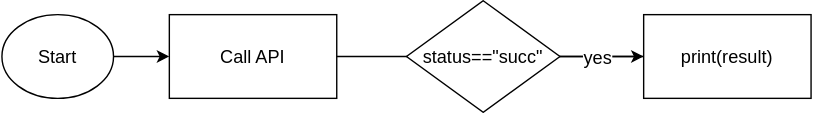
Before: docs/getting-started/assets/call_api.svg, a diagram exported from draw.io (rill-flow/rill-flow.github.io). Source tidied: cells renumbered, new cells last; positions are measured from the earlier drawing's top-left corner, leaving out a move shared by most shapes. Source of this version:
```xml
<mxGraphModel>
  <root>
    <mxCell id="0" />
    <mxCell id="1" parent="0" />
    <mxCell id="2" style="edgeStyle=orthogonalEdgeStyle;rounded=0;jettySize=auto;html=1;exitX=1;exitY=0.5;exitDx=0;exitDy=0;fontSize=13;" parent="1" edge="1" source="3" target="4">
      <mxGeometry relative="1" as="geometry" />
    </mxCell>
    <mxCell id="3" value="Start" style="ellipse;whiteSpace=wrap;html=1;fontSize=13;" parent="1" vertex="1">
      <mxGeometry y="10" width="80" height="60" as="geometry" />
    </mxCell>
    <mxCell id="4" value="Call API" style="rounded=0;whiteSpace=wrap;html=1;fontSize=13;" parent="1" vertex="1">
      <mxGeometry x="120" y="10" width="120" height="60" as="geometry" />
    </mxCell>
    <mxCell id="5" style="edgeStyle=orthogonalEdgeStyle;rounded=0;jettySize=auto;html=1;exitX=1;exitY=0.5;exitDx=0;exitDy=0;entryX=0;entryY=0.5;entryDx=0;entryDy=0;fontSize=13;" parent="1" edge="1" source="4">
      <mxGeometry relative="1" as="geometry">
        <mxPoint x="480" y="40" as="targetPoint" />
      </mxGeometry>
    </mxCell>
    <mxCell id="6" style="edgeStyle=orthogonalEdgeStyle;rounded=0;jettySize=auto;html=1;exitX=1;exitY=0.5;exitDx=0;exitDy=0;entryX=0;entryY=0.5;entryDx=0;entryDy=0;fontSize=13;" parent="1" edge="1" source="8" target="9">
      <mxGeometry relative="1" as="geometry" />
    </mxCell>
    <mxCell id="7" value="yes" style="edgeLabel;html=1;align=center;verticalAlign=middle;fontSize=13;" parent="6" vertex="1">
      <mxGeometry x="-0.4" y="-3" relative="1" as="geometry">
        <mxPoint x="8" y="-3" as="offset" />
      </mxGeometry>
    </mxCell>
    <mxCell id="8" value="status==&quot;succ&quot;" style="rhombus;whiteSpace=wrap;html=1;fontSize=13;" parent="1" vertex="1">
      <mxGeometry x="290" width="110" height="80" as="geometry" />
    </mxCell>
    <mxCell id="9" value="print(result)" style="rounded=0;whiteSpace=wrap;html=1;fontSize=13;" parent="1" vertex="1">
      <mxGeometry x="460" y="10" width="120" height="60" as="geometry" />
    </mxCell>
  </root>
</mxGraphModel>
```
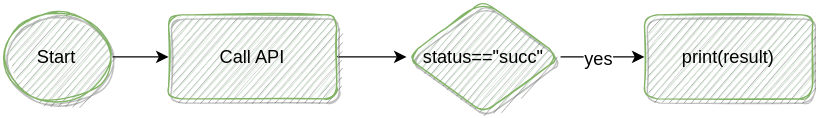
Later version of the same file.

Change to the diagram source:
```diff
@@ -5,17 +5,15 @@
     <mxCell id="2" style="edgeStyle=orthogonalEdgeStyle;rounded=0;jettySize=auto;html=1;exitX=1;exitY=0.5;exitDx=0;exitDy=0;fontSize=13;" parent="1" edge="1" source="3" target="4">
       <mxGeometry relative="1" as="geometry" />
     </mxCell>
-    <mxCell id="3" value="Start" style="ellipse;whiteSpace=wrap;html=1;fontSize=13;" parent="1" vertex="1">
+    <mxCell id="3" value="Start" style="ellipse;whiteSpace=wrap;html=1;fontSize=13;sketch=1;fillColor=#d5e8d4;strokeColor=#82b366;shadow=1;" parent="1" vertex="1">
       <mxGeometry y="10" width="80" height="60" as="geometry" />
     </mxCell>
+    <mxCell id="10" style="edgeStyle=orthogonalEdgeStyle;rounded=0;jettySize=auto;html=1;exitX=1;exitY=0.5;exitDx=0;exitDy=0;entryX=0;entryY=0.5;entryDx=0;entryDy=0;" parent="1" edge="1" source="4" target="8">
+      <mxGeometry relative="1" as="geometry" />
+    </mxCell>
-    <mxCell id="4" value="Call API" style="rounded=0;whiteSpace=wrap;html=1;fontSize=13;" parent="1" vertex="1">
+    <mxCell id="4" value="Call API" style="rounded=1;whiteSpace=wrap;html=1;fontSize=13;fillColor=#d5e8d4;strokeColor=#82b366;shadow=1;sketch=1;" parent="1" vertex="1">
       <mxGeometry x="120" y="10" width="120" height="60" as="geometry" />
     </mxCell>
-    <mxCell id="5" style="edgeStyle=orthogonalEdgeStyle;rounded=0;jettySize=auto;html=1;exitX=1;exitY=0.5;exitDx=0;exitDy=0;entryX=0;entryY=0.5;entryDx=0;entryDy=0;fontSize=13;" parent="1" edge="1" source="4">
-      <mxGeometry relative="1" as="geometry">
-        <mxPoint x="480" y="40" as="targetPoint" />
-      </mxGeometry>
-    </mxCell>
     <mxCell id="6" style="edgeStyle=orthogonalEdgeStyle;rounded=0;jettySize=auto;html=1;exitX=1;exitY=0.5;exitDx=0;exitDy=0;entryX=0;entryY=0.5;entryDx=0;entryDy=0;fontSize=13;" parent="1" edge="1" source="8" target="9">
       <mxGeometry relative="1" as="geometry" />
     </mxCell>
@@ -24,10 +22,10 @@
         <mxPoint x="8" y="-3" as="offset" />
       </mxGeometry>
     </mxCell>
-    <mxCell id="8" value="status==&quot;succ&quot;" style="rhombus;whiteSpace=wrap;html=1;fontSize=13;" parent="1" vertex="1">
+    <mxCell id="8" value="status==&quot;succ&quot;" style="rhombus;whiteSpace=wrap;html=1;fontSize=13;rounded=1;shadow=1;fillColor=#d5e8d4;strokeColor=#82b366;sketch=1;" parent="1" vertex="1">
       <mxGeometry x="290" width="110" height="80" as="geometry" />
     </mxCell>
-    <mxCell id="9" value="print(result)" style="rounded=0;whiteSpace=wrap;html=1;fontSize=13;" parent="1" vertex="1">
+    <mxCell id="9" value="print(result)" style="rounded=1;whiteSpace=wrap;html=1;fontSize=13;fillColor=#d5e8d4;strokeColor=#82b366;shadow=1;sketch=1;" parent="1" vertex="1">
       <mxGeometry x="460" y="10" width="120" height="60" as="geometry" />
     </mxCell>
   </root>
```
